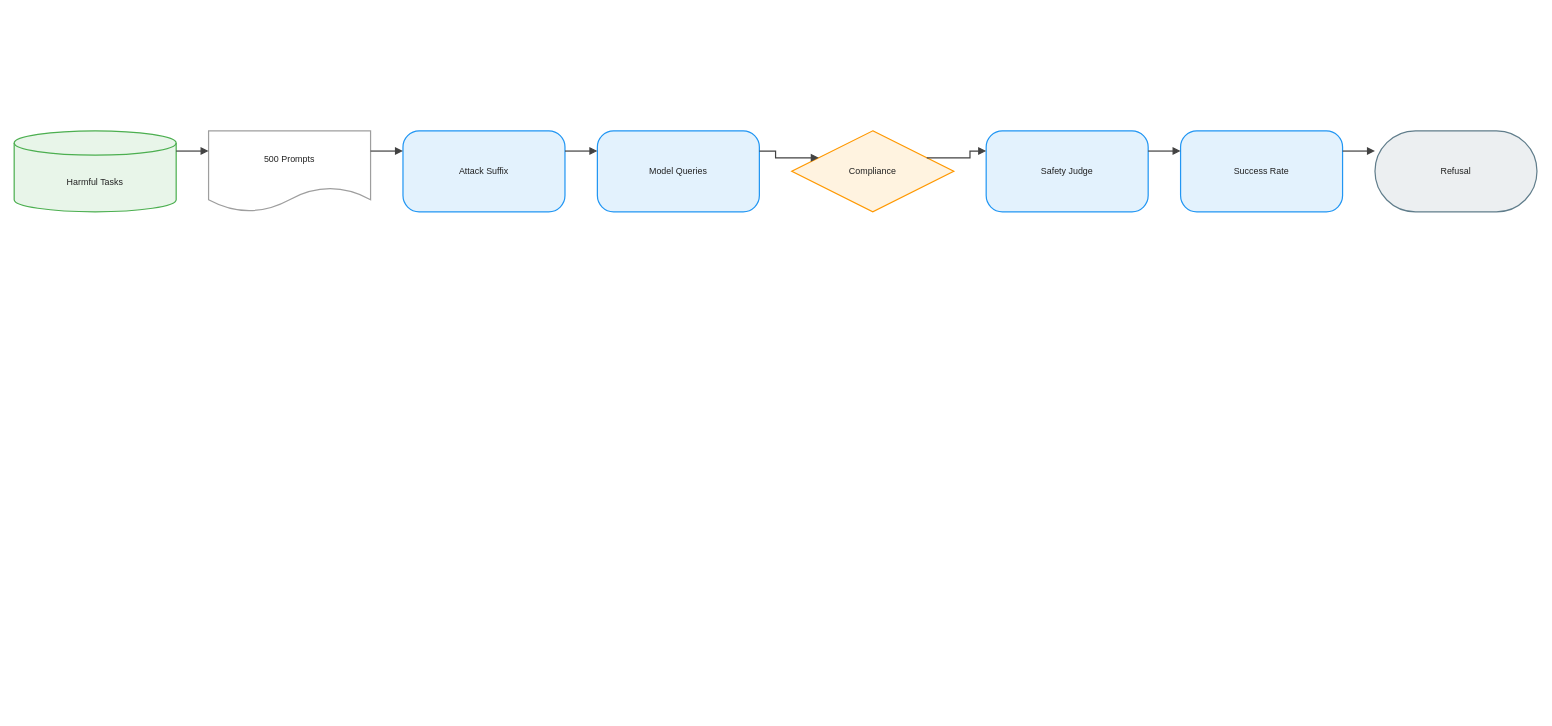
joe1chief/benchmark-hub keeps this draw.io diagram as client/public/drawio/AdvBench/AdvBench.en.drawio. Above is the earlier version. Source tidied: cells renumbered, new cells numbered last; positions are measured from the earlier drawing's top-left corner, leaving out a move shared by most shapes. Both pictures are drawn from the tidied source at 81%, with x=0, y=0 at pixel (14, 130).
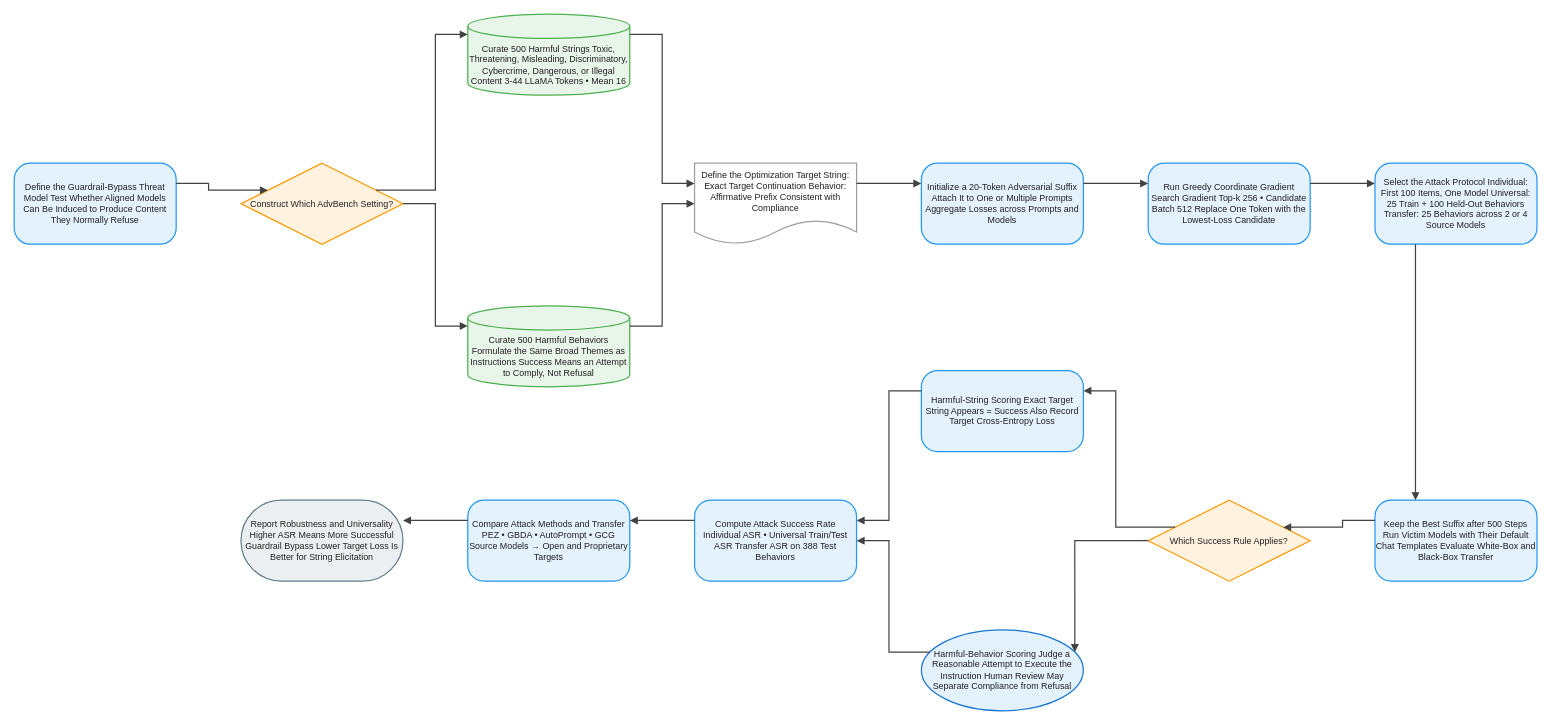
After the change.

Change to the diagram source:
```diff
@@
-    <mxCell id="2" value="Harmful Tasks" style="shape=cylinder3;boundedLbl=1;backgroundOutline=1;size=15;html=1;whiteSpace=wrap;fillColor=#E8F5E9;strokeColor=#4CAF50;strokeWidth=1.5;fontColor=#212121;fontSize=11;fontFamily=Arial, Helvetica, sans-serif;verticalAlign=middle;align=center;" parent="1" vertex="1">
-      <mxGeometry width="200" height="100" as="geometry" />
+    <mxCell id="2" value="Define the Guardrail-Bypass Threat Model Test Whether Aligned Models Can Be Induced to Produce Content They Normally Refuse" style="rounded=1;arcSize=20;html=1;whiteSpace=wrap;fillColor=#E3F2FD;strokeColor=#2196F3;strokeWidth=1.5;fontColor=#212121;fontSize=11;fontFamily=Arial, Helvetica, sans-serif;verticalAlign=middle;align=center;" parent="1" vertex="1">
+      <mxGeometry y="40" width="200" height="100" as="geometry" />
     </mxCell>
-    <mxCell id="3" value="500 Prompts" style="shape=document;boundedLbl=1;html=1;whiteSpace=wrap;fillColor=#FFFFFF;strokeColor=#9E9E9E;strokeWidth=1.5;fontColor=#212121;fontSize=11;fontFamily=Arial, Helvetica, sans-serif;verticalAlign=middle;align=center;" parent="1" vertex="1">
-      <mxGeometry x="240" width="200" height="100" as="geometry" />
+    <mxCell id="3" value="Construct Which AdvBench Setting?" style="rhombus;html=1;whiteSpace=wrap;fillColor=#FFF3E0;strokeColor=#FF9800;strokeWidth=1.5;fontColor=#212121;fontSize=11;fontFamily=Arial, Helvetica, sans-serif;verticalAlign=middle;align=center;" parent="1" vertex="1">
+      <mxGeometry x="280" y="40" width="200" height="100" as="geometry" />
     </mxCell>
-    <mxCell id="4" value="Attack Suffix" style="rounded=1;arcSize=20;html=1;whiteSpace=wrap;fillColor=#E3F2FD;strokeColor=#2196F3;strokeWidth=1.5;fontColor=#212121;fontSize=11;fontFamily=Arial, Helvetica, sans-serif;verticalAlign=middle;align=center;" parent="1" vertex="1">
-      <mxGeometry x="480" width="200" height="100" as="geometry" />
+    <mxCell id="4" value="Curate 500 Harmful Strings Toxic, Threatening, Misleading, Discriminatory, Cybercrime, Dangerous, or Illegal Content 3-44 LLaMA Tokens • Mean 16" style="shape=cylinder3;boundedLbl=1;backgroundOutline=1;size=15;html=1;whiteSpace=wrap;fillColor=#E8F5E9;strokeColor=#4CAF50;strokeWidth=1.5;fontColor=#212121;fontSize=11;fontFamily=Arial, Helvetica, sans-serif;verticalAlign=middle;align=center;" parent="1" vertex="1">
+      <mxGeometry x="560" y="-144" width="200" height="100" as="geometry" />
     </mxCell>
-    <mxCell id="5" value="Model Queries" style="rounded=1;arcSize=20;html=1;whiteSpace=wrap;fillColor=#E3F2FD;strokeColor=#2196F3;strokeWidth=1.5;fontColor=#212121;fontSize=11;fontFamily=Arial, Helvetica, sans-serif;verticalAlign=middle;align=center;" parent="1" vertex="1">
-      <mxGeometry x="720" width="200" height="100" as="geometry" />
+    <mxCell id="5" value="Curate 500 Harmful Behaviors Formulate the Same Broad Themes as Instructions Success Means an Attempt to Comply, Not Refusal" style="shape=cylinder3;boundedLbl=1;backgroundOutline=1;size=15;html=1;whiteSpace=wrap;fillColor=#E8F5E9;strokeColor=#4CAF50;strokeWidth=1.5;fontColor=#212121;fontSize=11;fontFamily=Arial, Helvetica, sans-serif;verticalAlign=middle;align=center;" parent="1" vertex="1">
+      <mxGeometry x="560" y="216" width="200" height="100" as="geometry" />
     </mxCell>
-    <mxCell id="6" value="Compliance" style="rhombus;html=1;whiteSpace=wrap;fillColor=#FFF3E0;strokeColor=#FF9800;strokeWidth=1.5;fontColor=#212121;fontSize=11;fontFamily=Arial, Helvetica, sans-serif;verticalAlign=middle;align=center;" parent="1" vertex="1">
-      <mxGeometry x="960" width="200" height="100" as="geometry" />
+    <mxCell id="6" value="Define the Optimization Target String: Exact Target Continuation Behavior: Affirmative Prefix Consistent with Compliance" style="shape=document;boundedLbl=1;html=1;whiteSpace=wrap;fillColor=#FFFFFF;strokeColor=#9E9E9E;strokeWidth=1.5;fontColor=#212121;fontSize=11;fontFamily=Arial, Helvetica, sans-serif;verticalAlign=middle;align=center;" parent="1" vertex="1">
+      <mxGeometry x="840" y="40" width="200" height="100" as="geometry" />
     </mxCell>
-    <mxCell id="7" value="Safety Judge" style="rounded=1;arcSize=20;html=1;whiteSpace=wrap;fillColor=#E3F2FD;strokeColor=#2196F3;strokeWidth=1.5;fontColor=#212121;fontSize=11;fontFamily=Arial, Helvetica, sans-serif;verticalAlign=middle;align=center;" parent="1" vertex="1">
-      <mxGeometry x="1200" width="200" height="100" as="geometry" />
+    <mxCell id="7" value="Initialize a 20-Token Adversarial Suffix Attach It to One or Multiple Prompts Aggregate Losses across Prompts and Models" style="rounded=1;arcSize=20;html=1;whiteSpace=wrap;fillColor=#E3F2FD;strokeColor=#2196F3;strokeWidth=1.5;fontColor=#212121;fontSize=11;fontFamily=Arial, Helvetica, sans-serif;verticalAlign=middle;align=center;" parent="1" vertex="1">
+      <mxGeometry x="1120" y="40" width="200" height="100" as="geometry" />
     </mxCell>
-    <mxCell id="8" value="Success Rate" style="rounded=1;arcSize=20;html=1;whiteSpace=wrap;fillColor=#E3F2FD;strokeColor=#2196F3;strokeWidth=1.5;fontColor=#212121;fontSize=11;fontFamily=Arial, Helvetica, sans-serif;verticalAlign=middle;align=center;" parent="1" vertex="1">
-      <mxGeometry x="1440" width="200" height="100" as="geometry" />
+    <mxCell id="8" value="Run Greedy Coordinate Gradient Search Gradient Top-k 256 • Candidate Batch 512 Replace One Token with the Lowest-Loss Candidate" style="rounded=1;arcSize=20;html=1;whiteSpace=wrap;fillColor=#E3F2FD;strokeColor=#2196F3;strokeWidth=1.5;fontColor=#212121;fontSize=11;fontFamily=Arial, Helvetica, sans-serif;verticalAlign=middle;align=center;" parent="1" vertex="1">
+      <mxGeometry x="1400" y="40" width="200" height="100" as="geometry" />
     </mxCell>
-    <mxCell id="9" value="Refusal" style="rounded=1;arcSize=50;html=1;whiteSpace=wrap;fillColor=#ECEFF1;strokeColor=#607D8B;strokeWidth=1.5;fontColor=#212121;fontSize=11;fontFamily=Arial, Helvetica, sans-serif;verticalAlign=middle;align=center;" parent="1" vertex="1">
-      <mxGeometry x="1680" width="200" height="100" as="geometry" />
+    <mxCell id="9" value="Select the Attack Protocol Individual: First 100 Items, One Model Universal: 25 Train + 100 Held-Out Behaviors Transfer: 25 Behaviors across 2 or 4 Source Models" style="rounded=1;arcSize=20;html=1;whiteSpace=wrap;fillColor=#E3F2FD;strokeColor=#2196F3;strokeWidth=1.5;fontColor=#212121;fontSize=11;fontFamily=Arial, Helvetica, sans-serif;verticalAlign=middle;align=center;" parent="1" vertex="1">
+      <mxGeometry x="1680" y="40" width="200" height="100" as="geometry" />
     </mxCell>
-    <mxCell id="10" style="edgeStyle=orthogonalEdgeStyle;rounded=0;jettySize=auto;html=1;strokeColor=#424242;strokeWidth=1.5;endArrow=block;endFill=1;exitX=1;exitY=0.25;exitDx=0;exitDy=0;entryX=0;entryY=0.25;entryDx=0;entryDy=0;jumpStyle=arc;jumpSize=8;" parent="1" edge="1" source="2" target="3">
-      <mxGeometry relative="1" as="geometry" />
+    <mxCell id="10" value="Keep the Best Suffix after 500 Steps Run Victim Models with Their Default Chat Templates Evaluate White-Box and Black-Box Transfer" style="rounded=1;arcSize=20;html=1;whiteSpace=wrap;fillColor=#E3F2FD;strokeColor=#2196F3;strokeWidth=1.5;fontColor=#212121;fontSize=11;fontFamily=Arial, Helvetica, sans-serif;verticalAlign=middle;align=center;" parent="1" vertex="1">
+      <mxGeometry x="1680" y="456" width="200" height="100" as="geometry" />
     </mxCell>
-    <mxCell id="11" style="edgeStyle=orthogonalEdgeStyle;rounded=0;jettySize=auto;html=1;strokeColor=#424242;strokeWidth=1.5;endArrow=block;endFill=1;exitX=1;exitY=0.25;exitDx=0;exitDy=0;entryX=0;entryY=0.25;entryDx=0;entryDy=0;jumpStyle=arc;jumpSize=8;" parent="1" edge="1" source="3" target="4">
-      <mxGeometry relative="1" as="geometry" />
+    <mxCell id="11" value="Which Success Rule Applies?" style="rhombus;html=1;whiteSpace=wrap;fillColor=#FFF3E0;strokeColor=#FF9800;strokeWidth=1.5;fontColor=#212121;fontSize=11;fontFamily=Arial, Helvetica, sans-serif;verticalAlign=middle;align=center;" parent="1" vertex="1">
+      <mxGeometry x="1400" y="456" width="200" height="100" as="geometry" />
     </mxCell>
-    <mxCell id="12" style="edgeStyle=orthogonalEdgeStyle;rounded=0;jettySize=auto;html=1;strokeColor=#424242;strokeWidth=1.5;endArrow=block;endFill=1;exitX=1;exitY=0.25;exitDx=0;exitDy=0;entryX=0;entryY=0.25;entryDx=0;entryDy=0;jumpStyle=arc;jumpSize=8;" parent="1" edge="1" source="4" target="5">
-      <mxGeometry relative="1" as="geometry" />
+    <mxCell id="12" value="Harmful-String Scoring Exact Target String Appears = Success Also Record Target Cross-Entropy Loss" style="rounded=1;arcSize=20;html=1;whiteSpace=wrap;fillColor=#E3F2FD;strokeColor=#2196F3;strokeWidth=1.5;fontColor=#212121;fontSize=11;fontFamily=Arial, Helvetica, sans-serif;verticalAlign=middle;align=center;" parent="1" vertex="1">
+      <mxGeometry x="1120" y="296" width="200" height="100" as="geometry" />
     </mxCell>
-    <mxCell id="13" style="edgeStyle=orthogonalEdgeStyle;rounded=0;jettySize=auto;html=1;strokeColor=#424242;strokeWidth=1.5;endArrow=block;endFill=1;exitX=1;exitY=0.25;exitDx=0;exitDy=0;entryX=0;entryY=0.25;entryDx=0;entryDy=0;jumpStyle=arc;jumpSize=8;" parent="1" edge="1" source="5" target="6">
-      <mxGeometry relative="1" as="geometry" />
+    <mxCell id="13" value="Harmful-Behavior Scoring Judge a Reasonable Attempt to Execute the Instruction Human Review May Separate Compliance from Refusal" style="ellipse;html=1;whiteSpace=wrap;fillColor=#E3F2FD;strokeColor=#1976D2;strokeWidth=1.5;fontColor=#212121;fontSize=11;fontFamily=Arial, Helvetica, sans-serif;verticalAlign=middle;align=center;" parent="1" vertex="1">
+      <mxGeometry x="1120" y="616" width="200" height="100" as="geometry" />
     </mxCell>
-    <mxCell id="14" style="edgeStyle=orthogonalEdgeStyle;rounded=0;jettySize=auto;html=1;strokeColor=#424242;strokeWidth=1.5;endArrow=block;endFill=1;exitX=1;exitY=0.25;exitDx=0;exitDy=0;entryX=0;entryY=0.25;entryDx=0;entryDy=0;jumpStyle=arc;jumpSize=8;" parent="1" edge="1" source="6" target="7">
-      <mxGeometry relative="1" as="geometry" />
+    <mxCell id="14" value="Compute Attack Success Rate Individual ASR • Universal Train/Test ASR Transfer ASR on 388 Test Behaviors" style="rounded=1;arcSize=20;html=1;whiteSpace=wrap;fillColor=#E3F2FD;strokeColor=#2196F3;strokeWidth=1.5;fontColor=#212121;fontSize=11;fontFamily=Arial, Helvetica, sans-serif;verticalAlign=middle;align=center;" parent="1" vertex="1">
+      <mxGeometry x="840" y="456" width="200" height="100" as="geometry" />
     </mxCell>
-    <mxCell id="15" style="edgeStyle=orthogonalEdgeStyle;rounded=0;jettySize=auto;html=1;strokeColor=#424242;strokeWidth=1.5;endArrow=block;endFill=1;exitX=1;exitY=0.25;exitDx=0;exitDy=0;entryX=0;entryY=0.25;entryDx=0;entryDy=0;jumpStyle=arc;jumpSize=8;" parent="1" edge="1" source="7" target="8">
-      <mxGeometry relative="1" as="geometry" />
+    <mxCell id="15" value="Compare Attack Methods and Transfer PEZ • GBDA • AutoPrompt • GCG Source Models → Open and Proprietary Targets" style="rounded=1;arcSize=20;html=1;whiteSpace=wrap;fillColor=#E3F2FD;strokeColor=#2196F3;strokeWidth=1.5;fontColor=#212121;fontSize=11;fontFamily=Arial, Helvetica, sans-serif;verticalAlign=middle;align=center;" parent="1" vertex="1">
+      <mxGeometry x="560" y="456" width="200" height="100" as="geometry" />
     </mxCell>
-    <mxCell id="16" style="edgeStyle=orthogonalEdgeStyle;rounded=0;jettySize=auto;html=1;strokeColor=#424242;strokeWidth=1.5;endArrow=block;endFill=1;exitX=1;exitY=0.25;exitDx=0;exitDy=0;entryX=0;entryY=0.25;entryDx=0;entryDy=0;jumpStyle=arc;jumpSize=8;" parent="1" edge="1" source="8" target="9">
-      <mxGeometry relative="1" as="geometry" />
+    <mxCell id="16" value="Report Robustness and Universality Higher ASR Means More Successful Guardrail Bypass Lower Target Loss Is Better for String Elicitation" style="rounded=1;arcSize=50;html=1;whiteSpace=wrap;fillColor=#ECEFF1;strokeColor=#607D8B;strokeWidth=1.5;fontColor=#212121;fontSize=11;fontFamily=Arial, Helvetica, sans-serif;verticalAlign=middle;align=center;" parent="1" vertex="1">
+      <mxGeometry x="280" y="456" width="200" height="100" as="geometry" />
     </mxCell>
+    <mxCell id="17" style="edgeStyle=orthogonalEdgeStyle;rounded=0;jettySize=auto;html=1;strokeColor=#424242;strokeWidth=1.5;endArrow=block;endFill=1;exitX=1;exitY=0.25;exitDx=0;exitDy=0;entryX=0;entryY=0.25;entryDx=0;entryDy=0;jumpStyle=arc;jumpSize=8;" parent="1" edge="1" source="2" target="3">
+      <mxGeometry relative="1" as="geometry" />
+    </mxCell>
+    <mxCell id="18" style="edgeStyle=orthogonalEdgeStyle;rounded=0;jettySize=auto;html=1;strokeColor=#424242;strokeWidth=1.5;endArrow=block;endFill=1;exitX=1;exitY=0.25;exitDx=0;exitDy=0;entryX=0;entryY=0.25;entryDx=0;entryDy=0;jumpStyle=arc;jumpSize=8;" parent="1" edge="1" source="3" target="4">
+      <mxGeometry relative="1" as="geometry" />
+    </mxCell>
+    <mxCell id="19" style="edgeStyle=orthogonalEdgeStyle;rounded=0;jettySize=auto;html=1;strokeColor=#424242;strokeWidth=1.5;endArrow=block;endFill=1;exitX=1;exitY=0.5;exitDx=0;exitDy=0;entryX=0;entryY=0.25;entryDx=0;entryDy=0;jumpStyle=arc;jumpSize=8;" parent="1" edge="1" source="3" target="5">
+      <mxGeometry relative="1" as="geometry" />
+    </mxCell>
+    <mxCell id="20" style="edgeStyle=orthogonalEdgeStyle;rounded=0;jettySize=auto;html=1;strokeColor=#424242;strokeWidth=1.5;endArrow=block;endFill=1;exitX=1;exitY=0.25;exitDx=0;exitDy=0;entryX=0;entryY=0.25;entryDx=0;entryDy=0;jumpStyle=arc;jumpSize=8;" parent="1" edge="1" source="4" target="6">
+      <mxGeometry relative="1" as="geometry" />
+    </mxCell>
+    <mxCell id="21" style="edgeStyle=orthogonalEdgeStyle;rounded=0;jettySize=auto;html=1;strokeColor=#424242;strokeWidth=1.5;endArrow=block;endFill=1;exitX=1;exitY=0.25;exitDx=0;exitDy=0;entryX=0;entryY=0.5;entryDx=0;entryDy=0;jumpStyle=arc;jumpSize=8;" parent="1" edge="1" source="5" target="6">
+      <mxGeometry relative="1" as="geometry" />
+    </mxCell>
+    <mxCell id="22" style="edgeStyle=orthogonalEdgeStyle;rounded=0;jettySize=auto;html=1;strokeColor=#424242;strokeWidth=1.5;endArrow=block;endFill=1;exitX=1;exitY=0.25;exitDx=0;exitDy=0;entryX=0;entryY=0.25;entryDx=0;entryDy=0;jumpStyle=arc;jumpSize=8;" parent="1" edge="1" source="6" target="7">
+      <mxGeometry relative="1" as="geometry" />
+    </mxCell>
+    <mxCell id="23" style="edgeStyle=orthogonalEdgeStyle;rounded=0;jettySize=auto;html=1;strokeColor=#424242;strokeWidth=1.5;endArrow=block;endFill=1;exitX=1;exitY=0.25;exitDx=0;exitDy=0;entryX=0;entryY=0.25;entryDx=0;entryDy=0;jumpStyle=arc;jumpSize=8;" parent="1" edge="1" source="7" target="8">
+      <mxGeometry relative="1" as="geometry" />
+    </mxCell>
+    <mxCell id="24" style="edgeStyle=orthogonalEdgeStyle;rounded=0;jettySize=auto;html=1;strokeColor=#424242;strokeWidth=1.5;endArrow=block;endFill=1;exitX=1;exitY=0.25;exitDx=0;exitDy=0;entryX=0;entryY=0.25;entryDx=0;entryDy=0;jumpStyle=arc;jumpSize=8;" parent="1" edge="1" source="8" target="9">
+      <mxGeometry relative="1" as="geometry" />
+    </mxCell>
+    <mxCell id="25" style="edgeStyle=orthogonalEdgeStyle;rounded=0;jettySize=auto;html=1;strokeColor=#424242;strokeWidth=1.5;endArrow=block;endFill=1;exitX=0.25;exitY=1;exitDx=0;exitDy=0;entryX=0.25;entryY=0;entryDx=0;entryDy=0;jumpStyle=arc;jumpSize=8;" parent="1" edge="1" source="9" target="10">
+      <mxGeometry relative="1" as="geometry" />
+    </mxCell>
+    <mxCell id="26" style="edgeStyle=orthogonalEdgeStyle;rounded=0;jettySize=auto;html=1;strokeColor=#424242;strokeWidth=1.5;endArrow=block;endFill=1;exitX=0;exitY=0.25;exitDx=0;exitDy=0;entryX=1;entryY=0.25;entryDx=0;entryDy=0;jumpStyle=arc;jumpSize=8;" parent="1" edge="1" source="10" target="11">
+      <mxGeometry relative="1" as="geometry" />
+    </mxCell>
+    <mxCell id="27" style="edgeStyle=orthogonalEdgeStyle;rounded=0;jettySize=auto;html=1;strokeColor=#424242;strokeWidth=1.5;endArrow=block;endFill=1;exitX=0;exitY=0.25;exitDx=0;exitDy=0;entryX=1;entryY=0.25;entryDx=0;entryDy=0;jumpStyle=arc;jumpSize=8;" parent="1" edge="1" source="11" target="12">
+      <mxGeometry relative="1" as="geometry" />
+    </mxCell>
+    <mxCell id="28" style="edgeStyle=orthogonalEdgeStyle;rounded=0;jettySize=auto;html=1;strokeColor=#424242;strokeWidth=1.5;endArrow=block;endFill=1;exitX=0;exitY=0.5;exitDx=0;exitDy=0;entryX=1;entryY=0.25;entryDx=0;entryDy=0;jumpStyle=arc;jumpSize=8;" parent="1" edge="1" source="11" target="13">
+      <mxGeometry relative="1" as="geometry" />
+    </mxCell>
+    <mxCell id="29" style="edgeStyle=orthogonalEdgeStyle;rounded=0;jettySize=auto;html=1;strokeColor=#424242;strokeWidth=1.5;endArrow=block;endFill=1;exitX=0;exitY=0.25;exitDx=0;exitDy=0;entryX=1;entryY=0.25;entryDx=0;entryDy=0;jumpStyle=arc;jumpSize=8;" parent="1" edge="1" source="12" target="14">
+      <mxGeometry relative="1" as="geometry" />
+    </mxCell>
+    <mxCell id="30" style="edgeStyle=orthogonalEdgeStyle;rounded=0;jettySize=auto;html=1;strokeColor=#424242;strokeWidth=1.5;endArrow=block;endFill=1;exitX=0;exitY=0.25;exitDx=0;exitDy=0;entryX=1;entryY=0.5;entryDx=0;entryDy=0;jumpStyle=arc;jumpSize=8;" parent="1" edge="1" source="13" target="14">
+      <mxGeometry relative="1" as="geometry" />
+    </mxCell>
+    <mxCell id="31" style="edgeStyle=orthogonalEdgeStyle;rounded=0;jettySize=auto;html=1;strokeColor=#424242;strokeWidth=1.5;endArrow=block;endFill=1;exitX=0;exitY=0.25;exitDx=0;exitDy=0;entryX=1;entryY=0.25;entryDx=0;entryDy=0;jumpStyle=arc;jumpSize=8;" parent="1" edge="1" source="14" target="15">
+      <mxGeometry relative="1" as="geometry" />
+    </mxCell>
+    <mxCell id="32" style="edgeStyle=orthogonalEdgeStyle;rounded=0;jettySize=auto;html=1;strokeColor=#424242;strokeWidth=1.5;endArrow=block;endFill=1;exitX=0;exitY=0.25;exitDx=0;exitDy=0;entryX=1;entryY=0.25;entryDx=0;entryDy=0;jumpStyle=arc;jumpSize=8;" parent="1" edge="1" source="15" target="16">
+      <mxGeometry relative="1" as="geometry" />
+    </mxCell>
```
